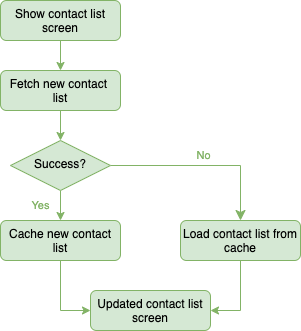
Before: contact_list_flowchart.png, a diagram exported from draw.io (anacamargos/picpay-challenge). Source tidied: cells renumbered, new cells last; positions are measured from the earlier drawing's top-left corner, leaving out a move shared by most shapes. Source of this version:
```xml
<mxGraphModel>
  <root>
    <mxCell id="0" />
    <mxCell id="1" parent="0" />
    <mxCell id="2" style="edgeStyle=orthogonalEdgeStyle;rounded=0;jettySize=auto;html=1;exitX=0.5;exitY=1;exitDx=0;exitDy=0;entryX=0.5;entryY=0;entryDx=0;entryDy=0;fillColor=#d5e8d4;strokeColor=#82b366;" parent="1" edge="1" source="3" target="6">
      <mxGeometry relative="1" as="geometry" />
    </mxCell>
    <mxCell id="3" value="Fetch new contact &lt;br&gt;list" style="rounded=1;whiteSpace=wrap;html=1;fontSize=12;glass=0;strokeWidth=1;shadow=0;fillColor=#d5e8d4;strokeColor=#82b366;" parent="1" vertex="1">
      <mxGeometry y="70" width="120" height="40" as="geometry" />
    </mxCell>
    <mxCell id="4" value="&lt;font color=&quot;#82b366&quot;&gt;Yes&lt;/font&gt;" style="rounded=0;html=1;jettySize=auto;fontSize=11;endArrow=classic;endFill=1;strokeWidth=1;shadow=0;labelBackgroundColor=none;edgeStyle=orthogonalEdgeStyle;fillColor=#d5e8d4;strokeColor=#82b366;" parent="1" edge="1" source="6" target="11">
      <mxGeometry y="20" relative="1" as="geometry" />
    </mxCell>
    <mxCell id="5" value="&lt;font color=&quot;#82b366&quot;&gt;No&lt;/font&gt;" style="edgeStyle=orthogonalEdgeStyle;rounded=0;html=1;jettySize=auto;fontSize=11;endArrow=classic;endFill=1;endSize=8;strokeWidth=1;shadow=0;labelBackgroundColor=none;fillColor=#d5e8d4;strokeColor=#82b366;" parent="1" edge="1" source="6" target="8">
      <mxGeometry y="10" relative="1" as="geometry" />
    </mxCell>
    <mxCell id="6" value="Success?" style="rhombus;whiteSpace=wrap;html=1;shadow=0;fontFamily=Helvetica;fontSize=12;align=center;strokeWidth=1;spacing=6;spacingTop=-4;fillColor=#d5e8d4;strokeColor=#82b366;" parent="1" vertex="1">
      <mxGeometry x="10" y="140" width="100" height="50" as="geometry" />
    </mxCell>
    <mxCell id="7" style="edgeStyle=orthogonalEdgeStyle;rounded=0;jettySize=auto;html=1;exitX=0.5;exitY=1;exitDx=0;exitDy=0;entryX=1;entryY=0.5;entryDx=0;entryDy=0;endArrow=classic;endFill=1;fillColor=#d5e8d4;strokeColor=#82b366;" parent="1" edge="1" source="8" target="9">
      <mxGeometry relative="1" as="geometry">
        <Array as="points">
          <mxPoint x="240" y="310" />
        </Array>
      </mxGeometry>
    </mxCell>
    <mxCell id="8" value="Load contact list from cache" style="rounded=1;whiteSpace=wrap;html=1;fontSize=12;glass=0;strokeWidth=1;shadow=0;fillColor=#d5e8d4;strokeColor=#82b366;" parent="1" vertex="1">
      <mxGeometry x="180" y="220" width="120" height="40" as="geometry" />
    </mxCell>
    <mxCell id="9" value="Updated contact list screen" style="rounded=1;whiteSpace=wrap;html=1;fontSize=12;glass=0;strokeWidth=1;shadow=0;fillColor=#d5e8d4;strokeColor=#82b366;" parent="1" vertex="1">
      <mxGeometry x="90" y="290" width="120" height="40" as="geometry" />
    </mxCell>
    <mxCell id="10" style="edgeStyle=orthogonalEdgeStyle;rounded=0;jettySize=auto;html=1;entryX=0;entryY=0.5;entryDx=0;entryDy=0;endArrow=classic;endFill=1;fillColor=#d5e8d4;strokeColor=#82b366;" parent="1" edge="1" source="11" target="9">
      <mxGeometry relative="1" as="geometry">
        <Array as="points">
          <mxPoint x="60" y="310" />
        </Array>
      </mxGeometry>
    </mxCell>
    <mxCell id="11" value="Cache new contact list" style="rounded=1;whiteSpace=wrap;html=1;fontSize=12;glass=0;strokeWidth=1;shadow=0;fillColor=#d5e8d4;strokeColor=#82b366;" parent="1" vertex="1">
      <mxGeometry y="220" width="120" height="40" as="geometry" />
    </mxCell>
    <mxCell id="12" style="edgeStyle=orthogonalEdgeStyle;rounded=0;jettySize=auto;html=1;exitX=0.5;exitY=1;exitDx=0;exitDy=0;entryX=0.5;entryY=0;entryDx=0;entryDy=0;fillColor=#d5e8d4;strokeColor=#82b366;" parent="1" edge="1" source="13" target="3">
      <mxGeometry relative="1" as="geometry" />
    </mxCell>
    <mxCell id="13" value="Show contact list screen" style="rounded=1;whiteSpace=wrap;html=1;fontSize=12;glass=0;strokeWidth=1;shadow=0;fillColor=#d5e8d4;strokeColor=#82B366;gradientColor=none;" parent="1" vertex="1">
      <mxGeometry width="120" height="40" as="geometry" />
    </mxCell>
  </root>
</mxGraphModel>
```
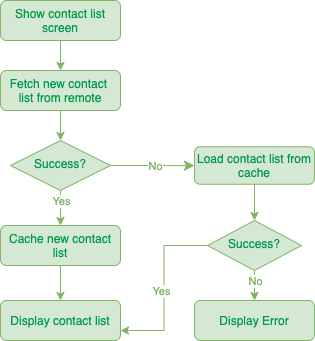
Above is the later version.

Commit message:
Uploading new flow chart image

Diff of the diagram source:
```diff
@@ -5,46 +5,66 @@
     <mxCell id="2" style="edgeStyle=orthogonalEdgeStyle;rounded=0;jettySize=auto;html=1;exitX=0.5;exitY=1;exitDx=0;exitDy=0;entryX=0.5;entryY=0;entryDx=0;entryDy=0;fillColor=#d5e8d4;strokeColor=#82b366;" parent="1" edge="1" source="3" target="6">
       <mxGeometry relative="1" as="geometry" />
     </mxCell>
-    <mxCell id="3" value="Fetch new contact &lt;br&gt;list" style="rounded=1;whiteSpace=wrap;html=1;fontSize=12;glass=0;strokeWidth=1;shadow=0;fillColor=#d5e8d4;strokeColor=#82b366;" parent="1" vertex="1">
+    <mxCell id="3" value="&lt;font color=&quot;#00994d&quot;&gt;Fetch new contact &lt;br&gt;list from remote&lt;/font&gt;" style="rounded=1;whiteSpace=wrap;html=1;fontSize=12;glass=0;strokeWidth=1;shadow=0;fillColor=#d5e8d4;strokeColor=#82b366;" parent="1" vertex="1">
       <mxGeometry y="70" width="120" height="40" as="geometry" />
     </mxCell>
-    <mxCell id="4" value="&lt;font color=&quot;#82b366&quot;&gt;Yes&lt;/font&gt;" style="rounded=0;html=1;jettySize=auto;fontSize=11;endArrow=classic;endFill=1;strokeWidth=1;shadow=0;labelBackgroundColor=none;edgeStyle=orthogonalEdgeStyle;fillColor=#d5e8d4;strokeColor=#82b366;" parent="1" edge="1" source="6" target="11">
+    <mxCell id="4" style="rounded=0;html=1;jettySize=auto;fontSize=11;endArrow=classic;endFill=1;strokeWidth=1;shadow=0;labelBackgroundColor=none;edgeStyle=orthogonalEdgeStyle;fillColor=#d5e8d4;strokeColor=#82b366;" parent="1" edge="1" source="6" target="11">
       <mxGeometry y="20" relative="1" as="geometry" />
     </mxCell>
+    <mxCell id="14" value="Yes" style="edgeLabel;html=1;align=center;verticalAlign=middle;fontColor=#82B366;" parent="4" vertex="1">
+      <mxGeometry x="0.24" y="1" relative="1" as="geometry">
+        <mxPoint x="-1" y="-8" as="offset" />
+      </mxGeometry>
+    </mxCell>
-    <mxCell id="5" value="&lt;font color=&quot;#82b366&quot;&gt;No&lt;/font&gt;" style="edgeStyle=orthogonalEdgeStyle;rounded=0;html=1;jettySize=auto;fontSize=11;endArrow=classic;endFill=1;endSize=8;strokeWidth=1;shadow=0;labelBackgroundColor=none;fillColor=#d5e8d4;strokeColor=#82b366;" parent="1" edge="1" source="6" target="8">
+    <mxCell id="5" style="edgeStyle=orthogonalEdgeStyle;rounded=0;html=1;jettySize=auto;fontSize=11;endArrow=classic;endFill=1;endSize=8;strokeWidth=1;shadow=0;labelBackgroundColor=none;fillColor=#d5e8d4;strokeColor=#82b366;" parent="1" edge="1" source="6" target="8">
       <mxGeometry y="10" relative="1" as="geometry" />
     </mxCell>
+    <mxCell id="15" value="No" style="edgeLabel;html=1;align=center;verticalAlign=middle;fontColor=#82B366;" parent="5" vertex="1">
+      <mxGeometry x="0.07" relative="1" as="geometry" />
+    </mxCell>
-    <mxCell id="6" value="Success?" style="rhombus;whiteSpace=wrap;html=1;shadow=0;fontFamily=Helvetica;fontSize=12;align=center;strokeWidth=1;spacing=6;spacingTop=-4;fillColor=#d5e8d4;strokeColor=#82b366;" parent="1" vertex="1">
+    <mxCell id="6" value="&lt;font color=&quot;#00994d&quot;&gt;Success?&lt;/font&gt;" style="rhombus;whiteSpace=wrap;html=1;shadow=0;fontFamily=Helvetica;fontSize=12;align=center;strokeWidth=1;spacing=6;spacingTop=-4;fillColor=#d5e8d4;strokeColor=#82b366;" parent="1" vertex="1">
       <mxGeometry x="10" y="140" width="100" height="50" as="geometry" />
     </mxCell>
-    <mxCell id="7" style="edgeStyle=orthogonalEdgeStyle;rounded=0;jettySize=auto;html=1;exitX=0.5;exitY=1;exitDx=0;exitDy=0;entryX=1;entryY=0.5;entryDx=0;entryDy=0;endArrow=classic;endFill=1;fillColor=#d5e8d4;strokeColor=#82b366;" parent="1" edge="1" source="8" target="9">
-      <mxGeometry relative="1" as="geometry">
-        <Array as="points">
-          <mxPoint x="240" y="310" />
-        </Array>
-      </mxGeometry>
-    </mxCell>
+    <mxCell id="16" style="edgeStyle=orthogonalEdgeStyle;rounded=0;jettySize=auto;html=1;entryX=0.5;entryY=0;entryDx=0;entryDy=0;endArrow=classic;endFill=1;fillColor=#d5e8d4;strokeColor=#82b366;" parent="1" edge="1" source="8" target="21">
+      <mxGeometry relative="1" as="geometry" />
+    </mxCell>
-    <mxCell id="8" value="Load contact list from cache" style="rounded=1;whiteSpace=wrap;html=1;fontSize=12;glass=0;strokeWidth=1;shadow=0;fillColor=#d5e8d4;strokeColor=#82b366;" parent="1" vertex="1">
-      <mxGeometry x="180" y="220" width="120" height="40" as="geometry" />
+    <mxCell id="8" value="&lt;font color=&quot;#00994d&quot;&gt;Load contact list from cache&lt;/font&gt;" style="rounded=1;whiteSpace=wrap;html=1;fontSize=12;glass=0;strokeWidth=1;shadow=0;fillColor=#d5e8d4;strokeColor=#82b366;" parent="1" vertex="1">
+      <mxGeometry x="194" y="146.2" width="120" height="37.5" as="geometry" />
     </mxCell>
-    <mxCell id="9" value="Updated contact list screen" style="rounded=1;whiteSpace=wrap;html=1;fontSize=12;glass=0;strokeWidth=1;shadow=0;fillColor=#d5e8d4;strokeColor=#82b366;" parent="1" vertex="1">
-      <mxGeometry x="90" y="290" width="120" height="40" as="geometry" />
+    <mxCell id="9" value="&lt;font color=&quot;#00994d&quot;&gt;Display contact list&lt;/font&gt;" style="rounded=1;whiteSpace=wrap;html=1;fontSize=12;glass=0;strokeWidth=1;shadow=0;fillColor=#d5e8d4;strokeColor=#82b366;" parent="1" vertex="1">
+      <mxGeometry y="300" width="120" height="40" as="geometry" />
     </mxCell>
-    <mxCell id="10" style="edgeStyle=orthogonalEdgeStyle;rounded=0;jettySize=auto;html=1;entryX=0;entryY=0.5;entryDx=0;entryDy=0;endArrow=classic;endFill=1;fillColor=#d5e8d4;strokeColor=#82b366;" parent="1" edge="1" source="11" target="9">
-      <mxGeometry relative="1" as="geometry">
-        <Array as="points">
-          <mxPoint x="60" y="310" />
-        </Array>
-      </mxGeometry>
+    <mxCell id="10" style="edgeStyle=orthogonalEdgeStyle;rounded=0;jettySize=auto;html=1;endArrow=classic;endFill=1;fillColor=#d5e8d4;strokeColor=#82b366;entryX=0.5;entryY=0;entryDx=0;entryDy=0;" parent="1" edge="1" source="11" target="9">
+      <mxGeometry relative="1" as="geometry" />
     </mxCell>
-    <mxCell id="11" value="Cache new contact list" style="rounded=1;whiteSpace=wrap;html=1;fontSize=12;glass=0;strokeWidth=1;shadow=0;fillColor=#d5e8d4;strokeColor=#82b366;" parent="1" vertex="1">
-      <mxGeometry y="220" width="120" height="40" as="geometry" />
+    <mxCell id="11" value="&lt;font color=&quot;#00994d&quot;&gt;Cache new contact list&lt;/font&gt;" style="rounded=1;whiteSpace=wrap;html=1;fontSize=12;glass=0;strokeWidth=1;shadow=0;fillColor=#d5e8d4;strokeColor=#82b366;" parent="1" vertex="1">
+      <mxGeometry y="225" width="120" height="40" as="geometry" />
     </mxCell>
     <mxCell id="12" style="edgeStyle=orthogonalEdgeStyle;rounded=0;jettySize=auto;html=1;exitX=0.5;exitY=1;exitDx=0;exitDy=0;entryX=0.5;entryY=0;entryDx=0;entryDy=0;fillColor=#d5e8d4;strokeColor=#82b366;" parent="1" edge="1" source="13" target="3">
       <mxGeometry relative="1" as="geometry" />
     </mxCell>
-    <mxCell id="13" value="Show contact list screen" style="rounded=1;whiteSpace=wrap;html=1;fontSize=12;glass=0;strokeWidth=1;shadow=0;fillColor=#d5e8d4;strokeColor=#82B366;gradientColor=none;" parent="1" vertex="1">
+    <mxCell id="13" value="&lt;font color=&quot;#00994d&quot;&gt;Show contact list screen&lt;/font&gt;" style="rounded=1;whiteSpace=wrap;html=1;fontSize=12;glass=0;strokeWidth=1;shadow=0;fillColor=#d5e8d4;strokeColor=#82B366;gradientColor=none;" parent="1" vertex="1">
       <mxGeometry width="120" height="40" as="geometry" />
     </mxCell>
+    <mxCell id="17" style="edgeStyle=orthogonalEdgeStyle;rounded=0;jettySize=auto;html=1;entryX=1;entryY=0.75;entryDx=0;entryDy=0;endArrow=classic;endFill=1;fillColor=#d5e8d4;strokeColor=#82b366;" parent="1" edge="1" source="21" target="9">
+      <mxGeometry relative="1" as="geometry" />
+    </mxCell>
+    <mxCell id="18" value="Yes" style="edgeLabel;html=1;align=center;verticalAlign=middle;fontColor=#82B366;" parent="17" vertex="1">
+      <mxGeometry x="-0.46" y="25" relative="1" as="geometry">
+        <mxPoint x="-28.5" y="42.5" as="offset" />
+      </mxGeometry>
+    </mxCell>
+    <mxCell id="19" style="edgeStyle=orthogonalEdgeStyle;rounded=0;jettySize=auto;html=1;entryX=0.5;entryY=0;entryDx=0;entryDy=0;endArrow=classic;endFill=1;fontColor=#82B366;fillColor=#d5e8d4;strokeColor=#82b366;" parent="1" edge="1" source="21" target="22">
+      <mxGeometry relative="1" as="geometry" />
+    </mxCell>
+    <mxCell id="20" value="No" style="edgeLabel;html=1;align=center;verticalAlign=middle;fontColor=#82B366;" parent="19" vertex="1">
+      <mxGeometry x="0.2" relative="1" as="geometry" />
+    </mxCell>
+    <mxCell id="21" value="&lt;font color=&quot;#00994d&quot;&gt;Success?&lt;/font&gt;" style="rhombus;whiteSpace=wrap;html=1;shadow=0;fontFamily=Helvetica;fontSize=12;align=center;strokeWidth=1;spacing=6;spacingTop=-4;fillColor=#d5e8d4;strokeColor=#82b366;" parent="1" vertex="1">
+      <mxGeometry x="207" y="220" width="94" height="50" as="geometry" />
+    </mxCell>
+    <mxCell id="22" value="&lt;font color=&quot;#00994d&quot;&gt;Display Error&lt;/font&gt;" style="rounded=1;whiteSpace=wrap;html=1;fontSize=12;glass=0;strokeWidth=1;shadow=0;fillColor=#d5e8d4;strokeColor=#82b366;" parent="1" vertex="1">
+      <mxGeometry x="194" y="300" width="120" height="40" as="geometry" />
+    </mxCell>
   </root>
 </mxGraphModel>
```
